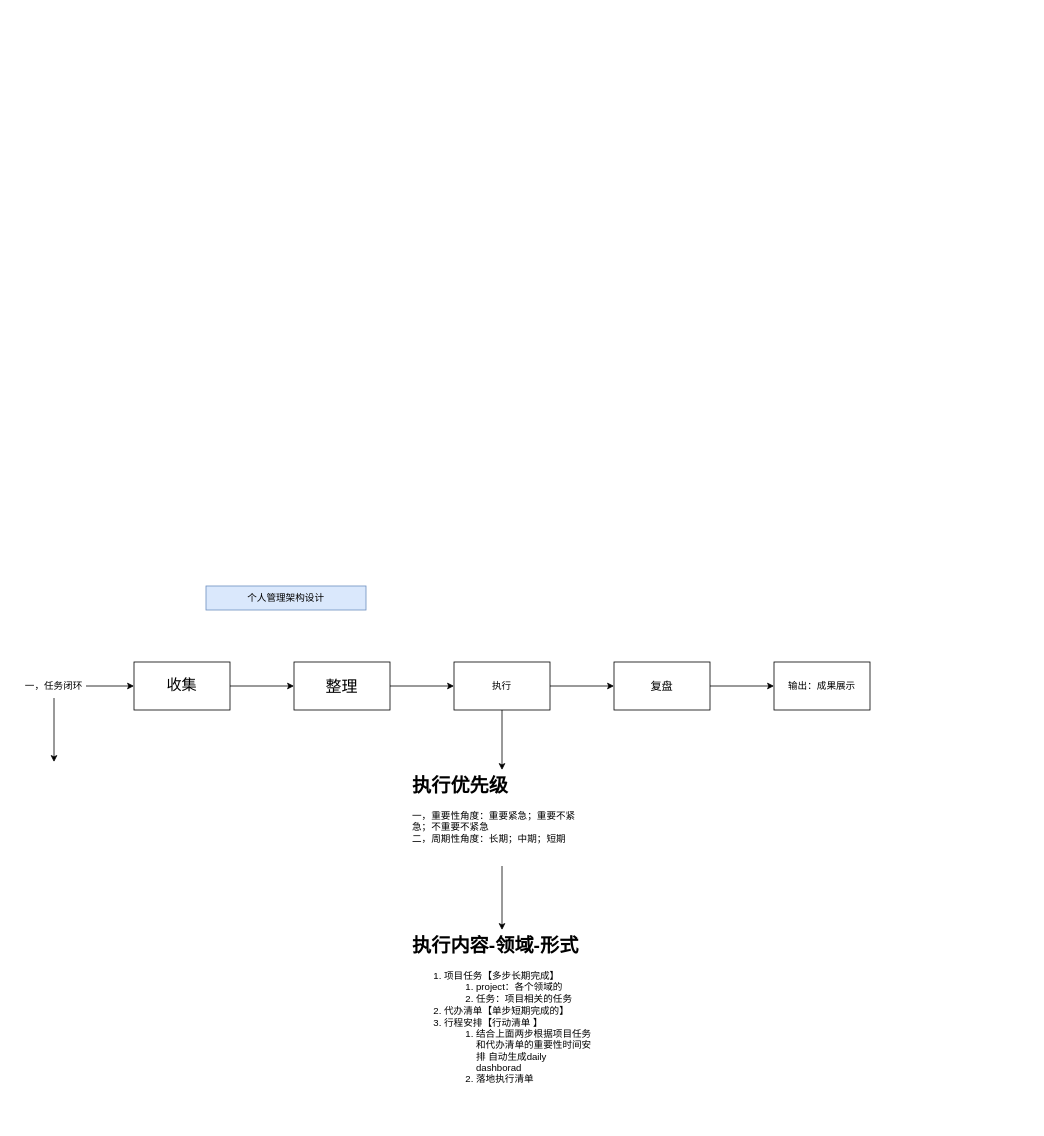
RenJie666/ssss keeps this draw.io diagram as 项目管理.drawio. Above is the earlier version. Source tidied: cells renumbered, new cells numbered last; positions are measured from the earlier drawing's top-left corner, leaving out a move shared by most shapes. Both pictures are drawn from the tidied source at 80%, with x=0, y=0 at pixel (22, 586).
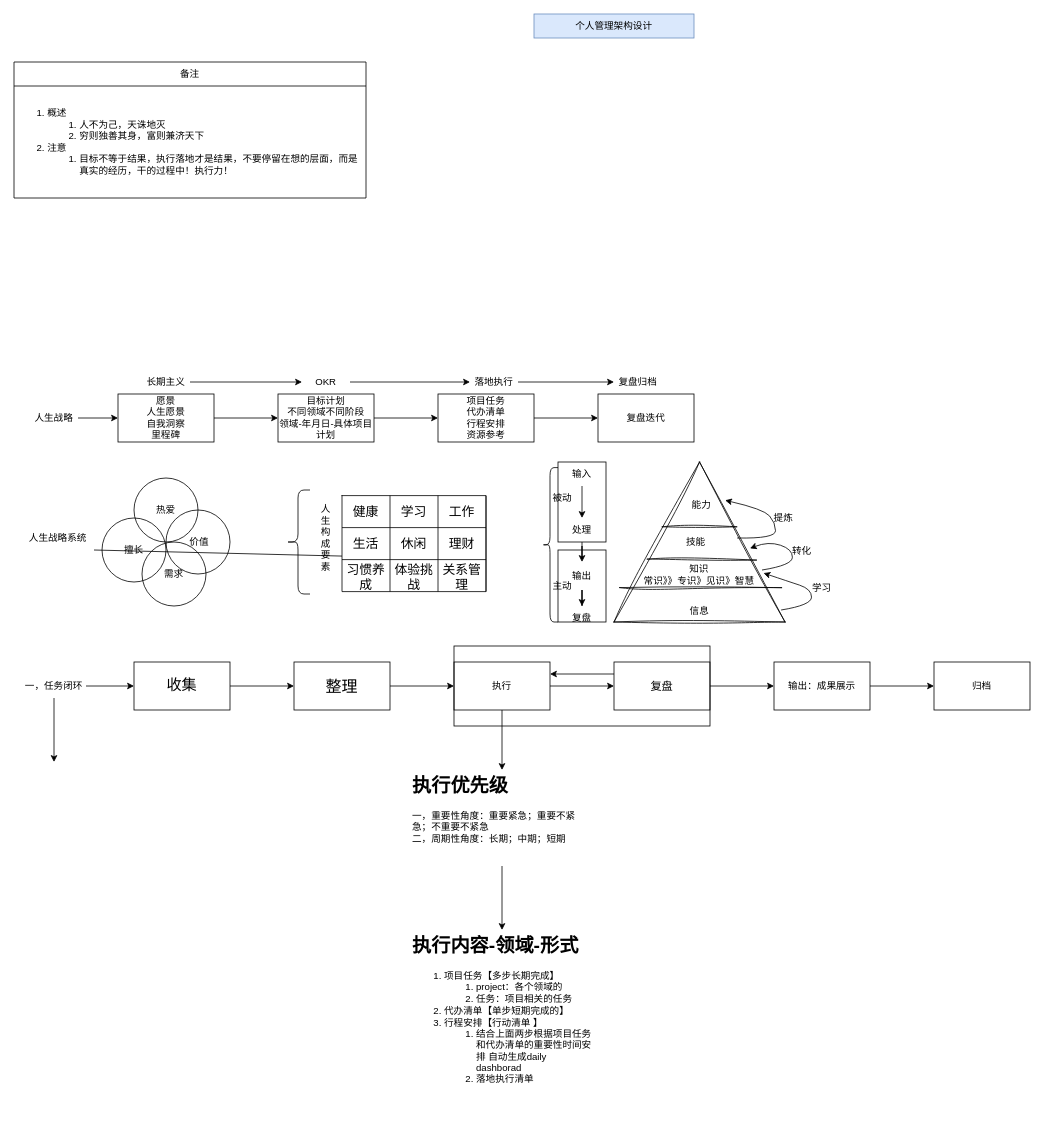
Above is the later version.

Commit message:
更新项目管理.drawio

The change refers to these unchanged cells:
```xml
<mxCell id="12" value="执行" style="whiteSpace=wrap;html=1;" parent="1" vertex="1">
  <mxGeometry x="540" y="95" width="120" height="60" as="geometry" />
</mxCell>
<mxCell id="14" value="&lt;font style=&quot;font-size: 14px;&quot;&gt;复盘&lt;/font&gt;" style="whiteSpace=wrap;html=1;" parent="1" vertex="1">
  <mxGeometry x="740" y="95" width="120" height="60" as="geometry" />
</mxCell>
<mxCell id="15" value="输出：成果展示" style="whiteSpace=wrap;html=1;" parent="1" vertex="1">
  <mxGeometry x="940" y="95" width="120" height="60" as="geometry" />
</mxCell>
```

Change to the diagram source:
```diff
@@
     <mxCell id="2" value="个人管理架构设计" style="text;html=1;strokeColor=#6c8ebf;fillColor=#dae8fc;align=center;verticalAlign=middle;whiteSpace=wrap;rounded=0;" parent="1" vertex="1">
-      <mxGeometry x="230" width="200" height="30" as="geometry" />
+      <mxGeometry x="640" y="-715" width="200" height="30" as="geometry" />
     </mxCell>
@@
+    <mxCell id="19" style="edgeStyle=orthogonalEdgeStyle;rounded=0;jettySize=auto;html=1;exitX=0;exitY=0.25;exitDx=0;exitDy=0;entryX=1;entryY=0.25;entryDx=0;entryDy=0;" parent="1" edge="1" source="14" target="12">
+      <mxGeometry relative="1" as="geometry" />
+    </mxCell>
@@
+    <mxCell id="20" style="edgeStyle=orthogonalEdgeStyle;rounded=0;jettySize=auto;html=1;" parent="1" edge="1" source="15" target="54">
+      <mxGeometry relative="1" as="geometry" />
+    </mxCell>
@@
+    <mxCell id="21" style="edgeStyle=orthogonalEdgeStyle;rounded=0;jettySize=auto;html=1;" parent="1" edge="1" source="22" target="36">
+      <mxGeometry relative="1" as="geometry" />
+    </mxCell>
+    <mxCell id="22" value="人生战略系统" style="text;html=1;strokeColor=none;fillColor=none;align=center;verticalAlign=middle;whiteSpace=wrap;rounded=0;" parent="1" vertex="1">
+      <mxGeometry y="-75" width="90" height="30" as="geometry" />
+    </mxCell>
+    <mxCell id="23" style="shape=table;startSize=0;childLayout=tableLayout;fontSize=16;" parent="1" vertex="1">
+      <mxGeometry x="400" y="-113" width="180" height="120" as="geometry" />
+    </mxCell>
+    <mxCell id="24" style="shape=tableRow;horizontal=0;startSize=0;swimlaneHead=0;swimlaneBody=0;strokeColor=inherit;top=0;left=0;bottom=0;right=0;fillColor=none;fontSize=16;" parent="23" vertex="1">
+      <mxGeometry width="180" height="40" as="geometry" />
+    </mxCell>
+    <mxCell id="25" value="健康" style="shape=partialRectangle;html=1;whiteSpace=wrap;strokeColor=inherit;overflow=hidden;fillColor=none;top=0;left=0;bottom=0;right=0;fontSize=16;" parent="24" vertex="1">
+      <mxGeometry width="60" height="40" as="geometry" />
+    </mxCell>
+    <mxCell id="26" value="学习" style="shape=partialRectangle;html=1;whiteSpace=wrap;strokeColor=inherit;overflow=hidden;fillColor=none;top=0;left=0;bottom=0;right=0;fontSize=16;" parent="24" vertex="1">
+      <mxGeometry x="60" width="60" height="40" as="geometry" />
+    </mxCell>
+    <mxCell id="27" value="工作" style="shape=partialRectangle;html=1;whiteSpace=wrap;strokeColor=inherit;overflow=hidden;fillColor=none;top=0;left=0;bottom=0;right=0;fontSize=16;" parent="24" vertex="1">
+      <mxGeometry x="120" width="60" height="40" as="geometry" />
+    </mxCell>
+    <mxCell id="28" style="shape=tableRow;horizontal=0;startSize=0;swimlaneHead=0;swimlaneBody=0;strokeColor=inherit;top=0;left=0;bottom=0;right=0;fillColor=none;fontSize=16;" parent="23" vertex="1">
+      <mxGeometry y="40" width="180" height="40" as="geometry" />
+    </mxCell>
+    <mxCell id="29" value="生活" style="shape=partialRectangle;html=1;whiteSpace=wrap;strokeColor=inherit;overflow=hidden;fillColor=none;top=0;left=0;bottom=0;right=0;fontSize=16;" parent="28" vertex="1">
+      <mxGeometry width="60" height="40" as="geometry" />
+    </mxCell>
+    <mxCell id="30" value="休闲" style="shape=partialRectangle;html=1;whiteSpace=wrap;strokeColor=inherit;overflow=hidden;fillColor=none;top=0;left=0;bottom=0;right=0;fontSize=16;" parent="28" vertex="1">
+      <mxGeometry x="60" width="60" height="40" as="geometry" />
+    </mxCell>
+    <mxCell id="31" value="理财" style="shape=partialRectangle;html=1;whiteSpace=wrap;strokeColor=inherit;overflow=hidden;fillColor=none;top=0;left=0;bottom=0;right=0;fontSize=16;" parent="28" vertex="1">
+      <mxGeometry x="120" width="60" height="40" as="geometry" />
+    </mxCell>
+    <mxCell id="32" style="shape=tableRow;horizontal=0;startSize=0;swimlaneHead=0;swimlaneBody=0;strokeColor=inherit;top=0;left=0;bottom=0;right=0;fillColor=none;fontSize=16;" parent="23" vertex="1">
+      <mxGeometry y="80" width="180" height="40" as="geometry" />
+    </mxCell>
+    <mxCell id="33" value="习惯养成" style="shape=partialRectangle;html=1;whiteSpace=wrap;strokeColor=inherit;overflow=hidden;fillColor=none;top=0;left=0;bottom=0;right=0;fontSize=16;" parent="32" vertex="1">
+      <mxGeometry width="60" height="40" as="geometry" />
+    </mxCell>
+    <mxCell id="34" value="体验挑战" style="shape=partialRectangle;html=1;whiteSpace=wrap;strokeColor=inherit;overflow=hidden;fillColor=none;top=0;left=0;bottom=0;right=0;fontSize=16;" parent="32" vertex="1">
+      <mxGeometry x="60" width="60" height="40" as="geometry" />
+    </mxCell>
+    <mxCell id="35" value="关系管理" style="shape=partialRectangle;html=1;whiteSpace=wrap;strokeColor=inherit;overflow=hidden;fillColor=none;top=0;left=0;bottom=0;right=0;fontSize=16;" parent="32" vertex="1">
+      <mxGeometry x="120" width="60" height="40" as="geometry" />
+    </mxCell>
+    <mxCell id="36" style="shape=singleArrow;whiteSpace=wrap;html=1;arrowWidth=0.4;arrowSize=0.4;" parent="32" vertex="1">
+      <mxGeometry x="180" height="40" as="geometry" />
+    </mxCell>
+    <mxCell id="37" style="edgeStyle=orthogonalEdgeStyle;rounded=0;jettySize=auto;html=1;" parent="1" edge="1" source="38" target="40">
+      <mxGeometry relative="1" as="geometry" />
+    </mxCell>
+    <mxCell id="38" value="人生战略" style="text;html=1;strokeColor=none;fillColor=none;align=center;verticalAlign=middle;whiteSpace=wrap;rounded=0;" parent="1" vertex="1">
+      <mxGeometry x="10" y="-225" width="60" height="30" as="geometry" />
+    </mxCell>
+    <mxCell id="39" style="edgeStyle=orthogonalEdgeStyle;rounded=0;jettySize=auto;html=1;" parent="1" edge="1" source="40" target="42">
+      <mxGeometry relative="1" as="geometry" />
+    </mxCell>
+    <mxCell id="40" value="愿景&lt;br&gt;人生愿景&lt;br&gt;自我洞察&lt;br&gt;里程碑" style="whiteSpace=wrap;html=1;" parent="1" vertex="1">
+      <mxGeometry x="120" y="-240" width="120" height="60" as="geometry" />
+    </mxCell>
+    <mxCell id="41" style="edgeStyle=orthogonalEdgeStyle;rounded=0;jettySize=auto;html=1;" parent="1" edge="1" source="42" target="44">
+      <mxGeometry relative="1" as="geometry" />
+    </mxCell>
+    <mxCell id="42" value="目标计划&lt;br&gt;不同领域不同阶段&lt;br&gt;领域-年月日-具体项目计划" style="whiteSpace=wrap;html=1;" parent="1" vertex="1">
+      <mxGeometry x="320" y="-240" width="120" height="60" as="geometry" />
+    </mxCell>
+    <mxCell id="43" style="edgeStyle=orthogonalEdgeStyle;rounded=0;jettySize=auto;html=1;" parent="1" edge="1" source="44" target="45">
+      <mxGeometry relative="1" as="geometry" />
+    </mxCell>
+    <mxCell id="44" value="项目任务&lt;br&gt;代办清单&lt;br&gt;行程安排&lt;br&gt;资源参考" style="whiteSpace=wrap;html=1;" parent="1" vertex="1">
+      <mxGeometry x="520" y="-240" width="120" height="60" as="geometry" />
+    </mxCell>
+    <mxCell id="45" value="复盘迭代" style="whiteSpace=wrap;html=1;" parent="1" vertex="1">
+      <mxGeometry x="720" y="-240" width="120" height="60" as="geometry" />
+    </mxCell>
+    <mxCell id="46" style="edgeStyle=orthogonalEdgeStyle;rounded=0;jettySize=auto;html=1;entryX=0;entryY=0.5;entryDx=0;entryDy=0;" parent="1" edge="1" source="47" target="49">
+      <mxGeometry relative="1" as="geometry" />
+    </mxCell>
+    <mxCell id="47" value="长期主义" style="text;html=1;strokeColor=none;fillColor=none;align=center;verticalAlign=middle;whiteSpace=wrap;rounded=0;" parent="1" vertex="1">
+      <mxGeometry x="150" y="-270" width="60" height="30" as="geometry" />
+    </mxCell>
+    <mxCell id="48" style="edgeStyle=orthogonalEdgeStyle;rounded=0;jettySize=auto;html=1;entryX=0;entryY=0.5;entryDx=0;entryDy=0;" parent="1" edge="1" source="49" target="51">
+      <mxGeometry relative="1" as="geometry" />
+    </mxCell>
+    <mxCell id="49" value="OKR" style="text;html=1;strokeColor=none;fillColor=none;align=center;verticalAlign=middle;whiteSpace=wrap;rounded=0;" parent="1" vertex="1">
+      <mxGeometry x="350" y="-270" width="60" height="30" as="geometry" />
+    </mxCell>
+    <mxCell id="50" style="edgeStyle=orthogonalEdgeStyle;rounded=0;jettySize=auto;html=1;" parent="1" edge="1" source="51" target="52">
+      <mxGeometry relative="1" as="geometry" />
+    </mxCell>
+    <mxCell id="51" value="落地执行" style="text;html=1;strokeColor=none;fillColor=none;align=center;verticalAlign=middle;whiteSpace=wrap;rounded=0;" parent="1" vertex="1">
+      <mxGeometry x="560" y="-270" width="60" height="30" as="geometry" />
+    </mxCell>
+    <mxCell id="52" value="复盘归档" style="text;html=1;strokeColor=none;fillColor=none;align=center;verticalAlign=middle;whiteSpace=wrap;rounded=0;" parent="1" vertex="1">
+      <mxGeometry x="740" y="-270" width="60" height="30" as="geometry" />
+    </mxCell>
+    <mxCell id="53" style="rounded=0;whiteSpace=wrap;html=1;fillColor=none;" parent="1" vertex="1">
+      <mxGeometry x="540" y="75" width="320" height="100" as="geometry" />
+    </mxCell>
+    <mxCell id="54" value="归档" style="whiteSpace=wrap;html=1;" parent="1" vertex="1">
+      <mxGeometry x="1140" y="95" width="120" height="60" as="geometry" />
+    </mxCell>
+    <mxCell id="55" value="备注" style="swimlane;fontStyle=0;horizontal=1;startSize=30;whiteSpace=wrap;html=1;" parent="1" vertex="1">
+      <mxGeometry x="-10" y="-655" width="440" height="170" as="geometry" />
+    </mxCell>
+    <mxCell id="56" value="&lt;ol&gt;&lt;li&gt;概述&lt;/li&gt;&lt;ol&gt;&lt;li&gt;人不为己，天诛地灭&lt;/li&gt;&lt;li&gt;穷则独善其身，富则兼济天下&lt;/li&gt;&lt;/ol&gt;&lt;li&gt;注意&lt;/li&gt;&lt;ol&gt;&lt;li&gt;目标不等于结果，执行落地才是结果，不要停留在想的层面，而是真实的经历，干的过程中！执行力！&lt;/li&gt;&lt;/ol&gt;&lt;/ol&gt;" style="text;strokeColor=none;fillColor=none;html=1;whiteSpace=wrap;verticalAlign=middle;overflow=hidden;" parent="55" vertex="1">
+      <mxGeometry y="30" width="440" height="140" as="geometry" />
+    </mxCell>
+    <mxCell id="57" value="热爱" style="ellipse;whiteSpace=wrap;html=1;fillStyle=auto;fillColor=none;" parent="1" vertex="1">
+      <mxGeometry x="140" y="-135" width="80" height="80" as="geometry" />
+    </mxCell>
+    <mxCell id="58" value="擅长" style="ellipse;whiteSpace=wrap;html=1;fillColor=none;" parent="1" vertex="1">
+      <mxGeometry x="100" y="-85" width="80" height="80" as="geometry" />
+    </mxCell>
+    <mxCell id="59" value="&amp;nbsp;价值" style="ellipse;whiteSpace=wrap;html=1;fillColor=none;" parent="1" vertex="1">
+      <mxGeometry x="180" y="-95" width="80" height="80" as="geometry" />
+    </mxCell>
+    <mxCell id="60" value="需求" style="ellipse;whiteSpace=wrap;html=1;fillColor=none;" parent="1" vertex="1">
+      <mxGeometry x="150" y="-55" width="80" height="80" as="geometry" />
+    </mxCell>
+    <mxCell id="61" style="shape=curlyBracket;whiteSpace=wrap;html=1;rounded=1;labelPosition=left;verticalLabelPosition=middle;align=right;verticalAlign=middle;" parent="1" vertex="1">
+      <mxGeometry x="330" y="-120" width="30" height="130" as="geometry" />
+    </mxCell>
+    <mxCell id="62" value="人&lt;br&gt;生&lt;br&gt;构&lt;br&gt;成&lt;br&gt;要&lt;br&gt;素" style="text;html=1;strokeColor=none;fillColor=none;align=center;verticalAlign=middle;whiteSpace=wrap;rounded=0;" parent="1" vertex="1">
+      <mxGeometry x="350" y="-110" width="60" height="100" as="geometry" />
+    </mxCell>
+    <mxCell id="63" style="group;" parent="1" vertex="1">
+      <mxGeometry x="730" y="-145" width="300" height="190" as="geometry" />
+    </mxCell>
+    <mxCell id="64" style="group;" parent="63" vertex="1">
+      <mxGeometry width="280" height="190" as="geometry" />
+    </mxCell>
+    <mxCell id="65" style="group;" parent="64" vertex="1">
+      <mxGeometry x="10" y="-10" width="250" height="200" as="geometry" />
+    </mxCell>
+    <mxCell id="66" style="triangle;whiteSpace=wrap;html=1;rotation=-90;rounded=0;shadow=0;sketch=1;curveFitting=1;jiggle=2;" parent="65" vertex="1">
+      <mxGeometry x="6.9" y="-6.9" width="200" height="213.8" as="geometry" />
+    </mxCell>
+    <mxCell id="67" style="endArrow=none;html=1;rounded=0;exitX=0.393;exitY=0.194;exitDx=0;exitDy=0;entryX=0.387;entryY=0.833;entryDx=0;entryDy=0;exitPerimeter=0;entryPerimeter=0;sketch=1;curveFitting=1;jiggle=2;" parent="65" edge="1" source="66" target="66">
+      <mxGeometry relative="1" as="geometry" />
+    </mxCell>
+    <mxCell id="68" style="endArrow=none;html=1;rounded=0;exitX=0.5;exitY=0;exitDx=0;exitDy=0;entryX=0.133;entryY=0.928;entryDx=0;entryDy=0;entryPerimeter=0;sketch=1;curveFitting=1;jiggle=2;" parent="65" edge="1">
+      <mxGeometry relative="1" as="geometry">
+        <mxPoint x="6.9" y="157" as="sourcePoint" />
+        <mxPoint x="209.6" y="157.1" as="targetPoint" />
+      </mxGeometry>
+    </mxCell>
+    <mxCell id="69" style="endArrow=none;html=1;rounded=0;sketch=1;curveFitting=1;jiggle=2;" parent="65" edge="1">
+      <mxGeometry relative="1" as="geometry">
+        <mxPoint x="60.2" y="81" as="sourcePoint" />
+        <mxPoint x="153.5" y="81" as="targetPoint" />
+      </mxGeometry>
+    </mxCell>
+    <mxCell id="70" value="信息" style="text;html=1;strokeColor=none;fillColor=none;align=center;verticalAlign=middle;whiteSpace=wrap;rounded=0;" parent="65" vertex="1">
+      <mxGeometry x="76.9" y="170.9" width="60" height="30" as="geometry" />
+    </mxCell>
+    <mxCell id="71" value="知识&lt;br&gt;常识》》专识》见识》智慧" style="text;html=1;strokeColor=none;fillColor=none;align=center;verticalAlign=middle;whiteSpace=wrap;rounded=0;" parent="65" vertex="1">
+      <mxGeometry x="30.9" y="125.9" width="151" height="30" as="geometry" />
+    </mxCell>
+    <mxCell id="72" value="技能" style="text;html=1;align=center;verticalAlign=middle;strokeColor=none;fillColor=none;" parent="65" vertex="1">
+      <mxGeometry x="76.9" y="85" width="50" height="30" as="geometry" />
+    </mxCell>
+    <mxCell id="73" value="能力" style="text;html=1;align=center;verticalAlign=middle;points=[];strokeColor=none;fillColor=none;sketch=1;curveFitting=1;jiggle=2;" parent="65" vertex="1">
+      <mxGeometry x="83.9" y="38.9" width="50" height="30" as="geometry" />
+    </mxCell>
+    <mxCell id="74" style="curved=1;endArrow=classic;html=1;rounded=0;exitX=0.075;exitY=0.977;exitDx=0;exitDy=0;exitPerimeter=0;" parent="65" edge="1" source="66">
+      <mxGeometry relative="1" as="geometry">
+        <mxPoint x="186.9" y="138.9" as="targetPoint" />
+        <Array as="points">
+          <mxPoint x="246.9" y="178.9" />
+          <mxPoint x="246.9" y="158.9" />
+          <mxPoint x="216.9" y="148.9" />
+        </Array>
+      </mxGeometry>
+    </mxCell>
+    <mxCell id="75" style="curved=1;endArrow=classic;html=1;rounded=0;entryX=1.1;entryY=0.3;entryDx=0;entryDy=0;entryPerimeter=0;exitX=0.525;exitY=0.72;exitDx=0;exitDy=0;exitPerimeter=0;" parent="65" edge="1" source="66" target="73">
+      <mxGeometry relative="1" as="geometry">
+        <Array as="points">
+          <mxPoint x="201.9" y="95.9" />
+          <mxPoint x="201.9" y="75.9" />
+          <mxPoint x="186.9" y="58.9" />
+        </Array>
+      </mxGeometry>
+    </mxCell>
+    <mxCell id="76" value="提炼" style="text;html=1;strokeColor=none;fillColor=none;align=center;verticalAlign=middle;whiteSpace=wrap;rounded=0;" parent="65" vertex="1">
+      <mxGeometry x="181.9" y="55" width="60" height="30" as="geometry" />
+    </mxCell>
+    <mxCell id="77" style="curved=1;endArrow=classic;html=1;rounded=0;exitX=0.075;exitY=0.977;exitDx=0;exitDy=0;exitPerimeter=0;" parent="63" edge="1">
+      <mxGeometry relative="1" as="geometry">
+        <mxPoint x="195" y="125" as="sourcePoint" />
+        <mxPoint x="180" y="98" as="targetPoint" />
+        <Array as="points">
+          <mxPoint x="233" y="119" />
+          <mxPoint x="233" y="99" />
+          <mxPoint x="203" y="89" />
+        </Array>
+      </mxGeometry>
+    </mxCell>
+    <mxCell id="78" value="转化" style="text;html=1;strokeColor=none;fillColor=none;align=center;verticalAlign=middle;whiteSpace=wrap;rounded=0;" parent="63" vertex="1">
+      <mxGeometry x="215" y="87.1" width="60" height="30" as="geometry" />
+    </mxCell>
+    <mxCell id="79" value="学习" style="text;html=1;strokeColor=none;fillColor=none;align=center;verticalAlign=middle;whiteSpace=wrap;rounded=0;" parent="63" vertex="1">
+      <mxGeometry x="240" y="133.1" width="60" height="30" as="geometry" />
+    </mxCell>
+    <mxCell id="80" style="edgeStyle=orthogonalEdgeStyle;rounded=0;jettySize=auto;html=1;" parent="1" edge="1" source="81" target="83">
+      <mxGeometry relative="1" as="geometry" />
+    </mxCell>
+    <mxCell id="81" value="输入" style="text;html=1;strokeColor=none;fillColor=none;align=center;verticalAlign=middle;whiteSpace=wrap;rounded=0;" parent="1" vertex="1">
+      <mxGeometry x="670" y="-155" width="60" height="30" as="geometry" />
+    </mxCell>
+    <mxCell id="82" style="edgeStyle=orthogonalEdgeStyle;rounded=0;jettySize=auto;html=1;" parent="1" edge="1" source="83" target="84">
+      <mxGeometry relative="1" as="geometry" />
+    </mxCell>
+    <mxCell id="83" value="处理" style="text;html=1;strokeColor=none;fillColor=none;align=center;verticalAlign=middle;whiteSpace=wrap;rounded=0;" parent="1" vertex="1">
+      <mxGeometry x="670" y="-85" width="60" height="30" as="geometry" />
+    </mxCell>
+    <mxCell id="84" value="输出" style="text;html=1;strokeColor=none;fillColor=none;align=center;verticalAlign=middle;whiteSpace=wrap;rounded=0;" parent="1" vertex="1">
+      <mxGeometry x="670" y="-30" width="60" height="35" as="geometry" />
+    </mxCell>
+    <mxCell id="85" value="复盘" style="text;html=1;strokeColor=none;fillColor=none;align=center;verticalAlign=middle;whiteSpace=wrap;rounded=0;" parent="1" vertex="1">
+      <mxGeometry x="670" y="25" width="60" height="30" as="geometry" />
+    </mxCell>
+    <mxCell id="86" style="edgeStyle=orthogonalEdgeStyle;rounded=0;jettySize=auto;html=1;" parent="1" edge="1" source="84" target="85">
+      <mxGeometry relative="1" as="geometry" />
+    </mxCell>
+    <mxCell id="87" style="shape=curlyBracket;whiteSpace=wrap;html=1;rounded=1;labelPosition=left;verticalLabelPosition=middle;align=right;verticalAlign=middle;" parent="1" vertex="1">
+      <mxGeometry x="650" y="-148" width="20" height="193" as="geometry" />
+    </mxCell>
+    <mxCell id="88" style="rounded=0;whiteSpace=wrap;html=1;fillColor=none;" parent="1" vertex="1">
+      <mxGeometry x="670" y="-155" width="60" height="100" as="geometry" />
+    </mxCell>
+    <mxCell id="89" style="rounded=0;whiteSpace=wrap;html=1;fillColor=none;" parent="1" vertex="1">
+      <mxGeometry x="670" y="-45" width="60" height="90" as="geometry" />
+    </mxCell>
+    <mxCell id="90" value="主动" style="text;html=1;align=center;verticalAlign=middle;strokeColor=none;fillColor=none;" parent="1" vertex="1">
+      <mxGeometry x="650" y="-15" width="50" height="30" as="geometry" />
+    </mxCell>
+    <mxCell id="91" value="被动" style="text;html=1;align=center;verticalAlign=middle;strokeColor=none;fillColor=none;" parent="1" vertex="1">
+      <mxGeometry x="650" y="-125" width="50" height="30" as="geometry" />
+    </mxCell>
```
